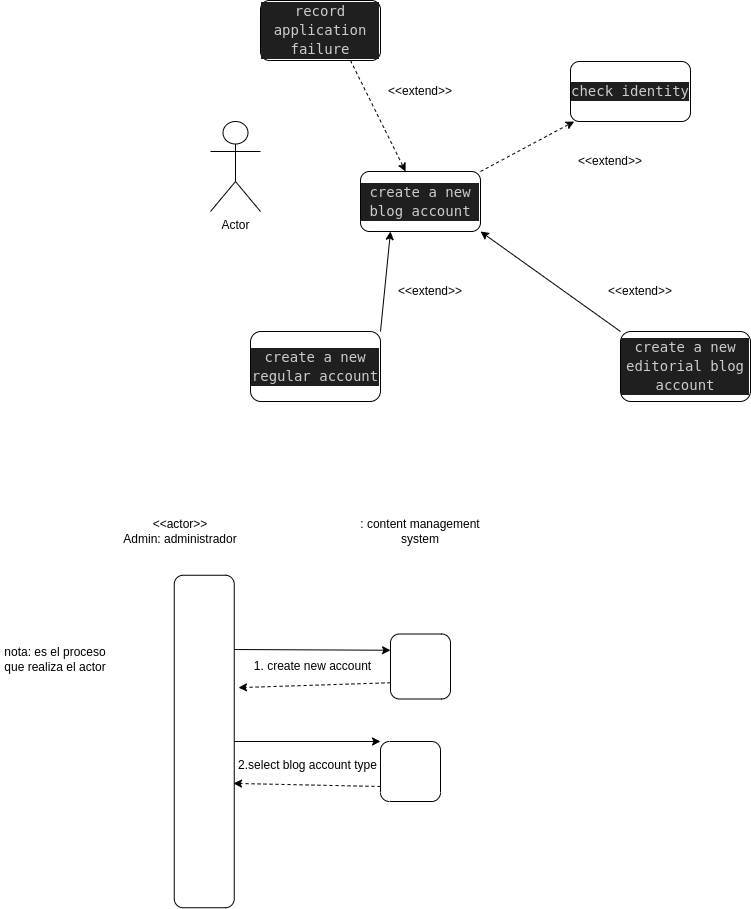
mdiogc/ETS keeps this draw.io diagram as diagrama de secuencia/apuntesDS.drawio.png. Above is the earlier version. Source tidied: cells renumbered, new cells last; positions are measured from the earlier drawing's top-left corner, leaving out a move shared by most shapes. Its diagram source:
```xml
<mxGraphModel>
  <root>
    <mxCell id="0" />
    <mxCell id="1" parent="0" />
    <mxCell id="2" value="Actor" style="shape=umlActor;verticalLabelPosition=bottom;verticalAlign=top;html=1;" parent="1" vertex="1">
      <mxGeometry x="210" y="121" width="50" height="90" as="geometry" />
    </mxCell>
    <mxCell id="3" style="edgeStyle=none;html=1;exitX=1;exitY=0;exitDx=0;exitDy=0;dashed=1;" parent="1" edge="1" source="4" target="8">
      <mxGeometry relative="1" as="geometry" />
    </mxCell>
    <mxCell id="4" value="&lt;div style=&quot;color: rgb(204, 204, 204); background-color: rgb(31, 31, 31); font-family: &amp;quot;Droid Sans Mono&amp;quot;, &amp;quot;monospace&amp;quot;, monospace; font-size: 14px; line-height: 19px;&quot;&gt;&lt;div&gt;create a new blog account&lt;/div&gt;&lt;/div&gt;" style="rounded=1;whiteSpace=wrap;html=1;" parent="1" vertex="1">
      <mxGeometry x="360" y="171" width="120" height="60" as="geometry" />
    </mxCell>
    <mxCell id="5" style="edgeStyle=none;html=1;exitX=0.75;exitY=1;exitDx=0;exitDy=0;dashed=1;" parent="1" edge="1" source="6" target="4">
      <mxGeometry relative="1" as="geometry" />
    </mxCell>
    <mxCell id="6" value="&lt;div style=&quot;color: rgb(204, 204, 204); background-color: rgb(31, 31, 31); font-family: &amp;quot;Droid Sans Mono&amp;quot;, &amp;quot;monospace&amp;quot;, monospace; font-size: 14px; line-height: 19px;&quot;&gt;&lt;div&gt;record application failure&lt;/div&gt;&lt;/div&gt;" style="rounded=1;whiteSpace=wrap;html=1;" parent="1" vertex="1">
      <mxGeometry x="260" width="120" height="60" as="geometry" />
    </mxCell>
    <mxCell id="7" value="&amp;lt;&amp;lt;extend&amp;gt;&amp;gt;" style="text;html=1;strokeColor=none;fillColor=none;align=center;verticalAlign=middle;whiteSpace=wrap;rounded=0;" parent="1" vertex="1">
      <mxGeometry x="370" y="71" width="100" height="40" as="geometry" />
    </mxCell>
    <mxCell id="8" value="&lt;div style=&quot;color: rgb(204, 204, 204); background-color: rgb(31, 31, 31); font-family: &amp;quot;Droid Sans Mono&amp;quot;, &amp;quot;monospace&amp;quot;, monospace; font-size: 14px; line-height: 19px;&quot;&gt;&lt;div&gt;check identity&lt;/div&gt;&lt;/div&gt;" style="rounded=1;whiteSpace=wrap;html=1;" parent="1" vertex="1">
      <mxGeometry x="570" y="61" width="120" height="60" as="geometry" />
    </mxCell>
    <mxCell id="9" value="&amp;lt;&amp;lt;extend&amp;gt;&amp;gt;" style="text;html=1;strokeColor=none;fillColor=none;align=center;verticalAlign=middle;whiteSpace=wrap;rounded=0;" parent="1" vertex="1">
      <mxGeometry x="560" y="141" width="100" height="40" as="geometry" />
    </mxCell>
    <mxCell id="10" style="edgeStyle=none;html=1;exitX=1;exitY=0;exitDx=0;exitDy=0;entryX=0.25;entryY=1;entryDx=0;entryDy=0;" parent="1" edge="1" source="11" target="4">
      <mxGeometry relative="1" as="geometry" />
    </mxCell>
    <mxCell id="11" value="&lt;div style=&quot;color: rgb(204, 204, 204); background-color: rgb(31, 31, 31); font-family: &amp;quot;Droid Sans Mono&amp;quot;, &amp;quot;monospace&amp;quot;, monospace; font-size: 14px; line-height: 19px;&quot;&gt;&lt;div&gt;create a new regular account&lt;/div&gt;&lt;/div&gt;" style="rounded=1;whiteSpace=wrap;html=1;" parent="1" vertex="1">
      <mxGeometry x="250" y="331" width="130" height="70" as="geometry" />
    </mxCell>
    <mxCell id="12" value="&amp;lt;&amp;lt;extend&amp;gt;&amp;gt;" style="text;html=1;strokeColor=none;fillColor=none;align=center;verticalAlign=middle;whiteSpace=wrap;rounded=0;" parent="1" vertex="1">
      <mxGeometry x="380" y="271" width="100" height="40" as="geometry" />
    </mxCell>
    <mxCell id="13" style="edgeStyle=none;html=1;exitX=0;exitY=0;exitDx=0;exitDy=0;entryX=1;entryY=1;entryDx=0;entryDy=0;" parent="1" edge="1" source="14" target="4">
      <mxGeometry relative="1" as="geometry" />
    </mxCell>
    <mxCell id="14" value="&lt;div style=&quot;color: rgb(204, 204, 204); background-color: rgb(31, 31, 31); font-family: &amp;quot;Droid Sans Mono&amp;quot;, &amp;quot;monospace&amp;quot;, monospace; font-size: 14px; line-height: 19px;&quot;&gt;&lt;div&gt;create a new editorial blog account&lt;/div&gt;&lt;/div&gt;" style="rounded=1;whiteSpace=wrap;html=1;" parent="1" vertex="1">
      <mxGeometry x="620" y="331" width="130" height="70" as="geometry" />
    </mxCell>
    <mxCell id="15" value="&amp;lt;&amp;lt;extend&amp;gt;&amp;gt;" style="text;html=1;strokeColor=none;fillColor=none;align=center;verticalAlign=middle;whiteSpace=wrap;rounded=0;" parent="1" vertex="1">
      <mxGeometry x="590" y="271" width="100" height="40" as="geometry" />
    </mxCell>
    <mxCell id="16" value="&amp;lt;&amp;lt;actor&amp;gt;&amp;gt;&lt;br&gt;Admin: administrador" style="text;html=1;strokeColor=none;fillColor=none;align=center;verticalAlign=middle;whiteSpace=wrap;rounded=0;" parent="1" vertex="1">
      <mxGeometry x="110" y="501" width="140" height="60" as="geometry" />
    </mxCell>
    <mxCell id="17" style="edgeStyle=none;html=1;entryX=0.75;entryY=0;entryDx=0;entryDy=0;" parent="1" edge="1" target="23">
      <mxGeometry relative="1" as="geometry">
        <mxPoint x="230" y="649" as="sourcePoint" />
      </mxGeometry>
    </mxCell>
    <mxCell id="18" style="edgeStyle=none;html=1;exitX=0.5;exitY=1;exitDx=0;exitDy=0;entryX=1;entryY=0;entryDx=0;entryDy=0;" parent="1" edge="1" source="19" target="25">
      <mxGeometry relative="1" as="geometry" />
    </mxCell>
    <mxCell id="19" style="rounded=1;whiteSpace=wrap;html=1;rotation=-90;" parent="1" vertex="1">
      <mxGeometry x="37.5" y="711" width="332.5" height="60" as="geometry" />
    </mxCell>
    <mxCell id="20" value="nota: es el proceso que realiza el actor" style="text;html=1;strokeColor=none;fillColor=none;align=center;verticalAlign=middle;whiteSpace=wrap;rounded=0;" parent="1" vertex="1">
      <mxGeometry y="633.5" width="110" height="50" as="geometry" />
    </mxCell>
    <mxCell id="21" value=": content management system" style="text;html=1;strokeColor=none;fillColor=none;align=center;verticalAlign=middle;whiteSpace=wrap;rounded=0;" parent="1" vertex="1">
      <mxGeometry x="350" y="501" width="140" height="60" as="geometry" />
    </mxCell>
    <mxCell id="22" style="edgeStyle=none;html=1;exitX=0.25;exitY=0;exitDx=0;exitDy=0;entryX=0.662;entryY=1.071;entryDx=0;entryDy=0;entryPerimeter=0;dashed=1;" parent="1" edge="1" source="23" target="19">
      <mxGeometry relative="1" as="geometry" />
    </mxCell>
    <mxCell id="23" style="rounded=1;whiteSpace=wrap;html=1;rotation=-90;" parent="1" vertex="1">
      <mxGeometry x="387.5" y="636" width="65" height="60" as="geometry" />
    </mxCell>
    <mxCell id="24" style="edgeStyle=none;html=1;exitX=0.25;exitY=0;exitDx=0;exitDy=0;entryX=0.374;entryY=0.988;entryDx=0;entryDy=0;entryPerimeter=0;dashed=1;" parent="1" edge="1" source="25" target="19">
      <mxGeometry relative="1" as="geometry" />
    </mxCell>
    <mxCell id="25" style="rounded=1;whiteSpace=wrap;html=1;rotation=-90;" parent="1" vertex="1">
      <mxGeometry x="380" y="741" width="60" height="60" as="geometry" />
    </mxCell>
    <mxCell id="26" value="1. create new account" style="text;html=1;strokeColor=none;fillColor=none;align=center;verticalAlign=middle;whiteSpace=wrap;rounded=0;" parent="1" vertex="1">
      <mxGeometry x="245" y="654.8" width="135" height="22.5" as="geometry" />
    </mxCell>
    <mxCell id="27" value="2.select blog account type" style="text;html=1;strokeColor=none;fillColor=none;align=center;verticalAlign=middle;whiteSpace=wrap;rounded=0;" parent="1" vertex="1">
      <mxGeometry x="235" y="748.5" width="145" height="32.5" as="geometry" />
    </mxCell>
  </root>
</mxGraphModel>
```
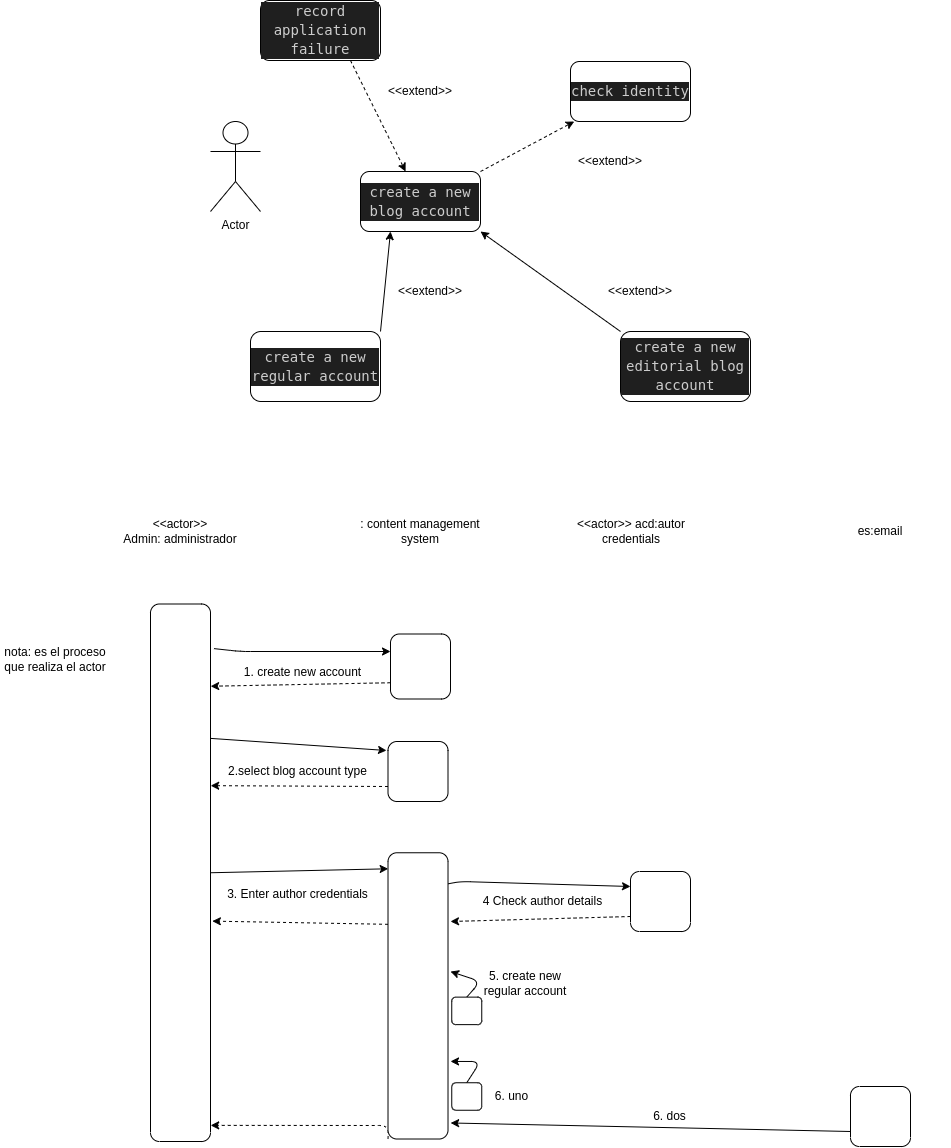
Later version of the same file.

Change to the diagram source:
```diff
@@ -47,40 +47,121 @@
     <mxCell id="16" value="&amp;lt;&amp;lt;actor&amp;gt;&amp;gt;&lt;br&gt;Admin: administrador" style="text;html=1;strokeColor=none;fillColor=none;align=center;verticalAlign=middle;whiteSpace=wrap;rounded=0;" parent="1" vertex="1">
       <mxGeometry x="110" y="501" width="140" height="60" as="geometry" />
     </mxCell>
-    <mxCell id="17" style="edgeStyle=none;html=1;entryX=0.75;entryY=0;entryDx=0;entryDy=0;" parent="1" edge="1" target="23">
-      <mxGeometry relative="1" as="geometry">
-        <mxPoint x="230" y="649" as="sourcePoint" />
-      </mxGeometry>
-    </mxCell>
-    <mxCell id="18" style="edgeStyle=none;html=1;exitX=0.5;exitY=1;exitDx=0;exitDy=0;entryX=1;entryY=0;entryDx=0;entryDy=0;" parent="1" edge="1" source="19" target="25">
-      <mxGeometry relative="1" as="geometry" />
-    </mxCell>
-    <mxCell id="19" style="rounded=1;whiteSpace=wrap;html=1;rotation=-90;" parent="1" vertex="1">
-      <mxGeometry x="37.5" y="711" width="332.5" height="60" as="geometry" />
-    </mxCell>
     <mxCell id="20" value="nota: es el proceso que realiza el actor" style="text;html=1;strokeColor=none;fillColor=none;align=center;verticalAlign=middle;whiteSpace=wrap;rounded=0;" parent="1" vertex="1">
       <mxGeometry y="633.5" width="110" height="50" as="geometry" />
     </mxCell>
     <mxCell id="21" value=": content management system" style="text;html=1;strokeColor=none;fillColor=none;align=center;verticalAlign=middle;whiteSpace=wrap;rounded=0;" parent="1" vertex="1">
       <mxGeometry x="350" y="501" width="140" height="60" as="geometry" />
     </mxCell>
-    <mxCell id="22" style="edgeStyle=none;html=1;exitX=0.25;exitY=0;exitDx=0;exitDy=0;entryX=0.662;entryY=1.071;entryDx=0;entryDy=0;entryPerimeter=0;dashed=1;" parent="1" edge="1" source="23" target="19">
-      <mxGeometry relative="1" as="geometry" />
-    </mxCell>
+    <mxCell id="28" style="edgeStyle=none;html=1;exitX=0.25;exitY=0;exitDx=0;exitDy=0;entryX=0.847;entryY=1.003;entryDx=0;entryDy=0;entryPerimeter=0;dashed=1;" parent="1" edge="1" source="23" target="33">
+      <mxGeometry relative="1" as="geometry" />
+    </mxCell>
     <mxCell id="23" style="rounded=1;whiteSpace=wrap;html=1;rotation=-90;" parent="1" vertex="1">
       <mxGeometry x="387.5" y="636" width="65" height="60" as="geometry" />
     </mxCell>
-    <mxCell id="24" style="edgeStyle=none;html=1;exitX=0.25;exitY=0;exitDx=0;exitDy=0;entryX=0.374;entryY=0.988;entryDx=0;entryDy=0;entryPerimeter=0;dashed=1;" parent="1" edge="1" source="25" target="19">
-      <mxGeometry relative="1" as="geometry" />
-    </mxCell>
+    <mxCell id="29" style="edgeStyle=none;html=1;exitX=0.25;exitY=0;exitDx=0;exitDy=0;entryX=0.662;entryY=1.003;entryDx=0;entryDy=0;entryPerimeter=0;dashed=1;" parent="1" edge="1" source="25" target="33">
+      <mxGeometry relative="1" as="geometry" />
+    </mxCell>
     <mxCell id="25" style="rounded=1;whiteSpace=wrap;html=1;rotation=-90;" parent="1" vertex="1">
-      <mxGeometry x="380" y="741" width="60" height="60" as="geometry" />
+      <mxGeometry x="387.5" y="741" width="60" height="60" as="geometry" />
     </mxCell>
     <mxCell id="26" value="1. create new account" style="text;html=1;strokeColor=none;fillColor=none;align=center;verticalAlign=middle;whiteSpace=wrap;rounded=0;" parent="1" vertex="1">
-      <mxGeometry x="245" y="654.8" width="135" height="22.5" as="geometry" />
+      <mxGeometry x="235" y="661" width="135" height="22.5" as="geometry" />
     </mxCell>
     <mxCell id="27" value="2.select blog account type" style="text;html=1;strokeColor=none;fillColor=none;align=center;verticalAlign=middle;whiteSpace=wrap;rounded=0;" parent="1" vertex="1">
-      <mxGeometry x="235" y="748.5" width="145" height="32.5" as="geometry" />
+      <mxGeometry x="225" y="754.8" width="145" height="32.5" as="geometry" />
     </mxCell>
+    <mxCell id="30" style="edgeStyle=none;html=1;exitX=0.917;exitY=1.058;exitDx=0;exitDy=0;exitPerimeter=0;" parent="1" edge="1" source="33">
+      <mxGeometry relative="1" as="geometry">
+        <mxPoint x="390" y="651" as="targetPoint" />
+        <Array as="points">
+          <mxPoint x="240" y="651" />
+        </Array>
+      </mxGeometry>
+    </mxCell>
+    <mxCell id="31" style="edgeStyle=none;html=1;exitX=0.75;exitY=1;exitDx=0;exitDy=0;entryX=0.85;entryY=-0.025;entryDx=0;entryDy=0;entryPerimeter=0;endArrow=classic;endFill=1;" parent="1" edge="1" source="33" target="25">
+      <mxGeometry relative="1" as="geometry" />
+    </mxCell>
+    <mxCell id="32" style="edgeStyle=none;html=1;exitX=0.5;exitY=1;exitDx=0;exitDy=0;entryX=0.944;entryY=0.003;entryDx=0;entryDy=0;entryPerimeter=0;endArrow=classic;endFill=1;" parent="1" edge="1" source="33" target="38">
+      <mxGeometry relative="1" as="geometry" />
+    </mxCell>
+    <mxCell id="33" style="rounded=1;whiteSpace=wrap;html=1;rotation=-90;" parent="1" vertex="1">
+      <mxGeometry x="-88.8" y="842.2" width="537.5" height="60" as="geometry" />
+    </mxCell>
+    <mxCell id="34" value="&amp;lt;&amp;lt;actor&amp;gt;&amp;gt; acd:autor credentials" style="text;html=1;strokeColor=none;fillColor=none;align=center;verticalAlign=middle;whiteSpace=wrap;rounded=0;" parent="1" vertex="1">
+      <mxGeometry x="560.6" y="501" width="140" height="60" as="geometry" />
+    </mxCell>
+    <mxCell id="35" style="edgeStyle=none;html=1;exitX=0.75;exitY=0;exitDx=0;exitDy=0;entryX=0.41;entryY=1.031;entryDx=0;entryDy=0;entryPerimeter=0;dashed=1;" parent="1" edge="1" source="38" target="33">
+      <mxGeometry relative="1" as="geometry" />
+    </mxCell>
+    <mxCell id="36" style="edgeStyle=none;html=1;exitX=0.891;exitY=0.989;exitDx=0;exitDy=0;entryX=0.75;entryY=0;entryDx=0;entryDy=0;endArrow=classic;endFill=1;exitPerimeter=0;" parent="1" edge="1" source="38" target="41">
+      <mxGeometry relative="1" as="geometry">
+        <Array as="points">
+          <mxPoint x="460" y="881" />
+        </Array>
+      </mxGeometry>
+    </mxCell>
+    <mxCell id="37" style="edgeStyle=none;html=1;exitX=0;exitY=0;exitDx=0;exitDy=0;entryX=0.03;entryY=1.003;entryDx=0;entryDy=0;entryPerimeter=0;endArrow=classic;endFill=1;dashed=1;" parent="1" edge="1" source="38" target="33">
+      <mxGeometry relative="1" as="geometry">
+        <Array as="points">
+          <mxPoint x="388" y="1125" />
+        </Array>
+      </mxGeometry>
+    </mxCell>
+    <mxCell id="38" style="rounded=1;whiteSpace=wrap;html=1;rotation=-90;" parent="1" vertex="1">
+      <mxGeometry x="274.4" y="965.4" width="286.2" height="60" as="geometry" />
+    </mxCell>
+    <mxCell id="39" value="3. Enter author credentials" style="text;html=1;strokeColor=none;fillColor=none;align=center;verticalAlign=middle;whiteSpace=wrap;rounded=0;" parent="1" vertex="1">
+      <mxGeometry x="225" y="877.2" width="145" height="32.5" as="geometry" />
+    </mxCell>
+    <mxCell id="40" style="edgeStyle=none;html=1;exitX=0.25;exitY=0;exitDx=0;exitDy=0;endArrow=classic;endFill=1;dashed=1;" parent="1" edge="1" source="41">
+      <mxGeometry relative="1" as="geometry">
+        <mxPoint x="450" y="921" as="targetPoint" />
+      </mxGeometry>
+    </mxCell>
+    <mxCell id="41" style="rounded=1;whiteSpace=wrap;html=1;rotation=-90;" parent="1" vertex="1">
+      <mxGeometry x="630" y="871" width="60" height="60" as="geometry" />
+    </mxCell>
+    <mxCell id="42" value="4 Check author details" style="text;html=1;strokeColor=none;fillColor=none;align=center;verticalAlign=middle;whiteSpace=wrap;rounded=0;" parent="1" vertex="1">
+      <mxGeometry x="470" y="884.8" width="145" height="32.5" as="geometry" />
+    </mxCell>
+    <mxCell id="43" style="edgeStyle=none;html=1;exitX=1;exitY=0.5;exitDx=0;exitDy=0;entryX=0.585;entryY=1.042;entryDx=0;entryDy=0;entryPerimeter=0;" parent="1" edge="1" source="44" target="38">
+      <mxGeometry relative="1" as="geometry">
+        <Array as="points">
+          <mxPoint x="480" y="981" />
+        </Array>
+      </mxGeometry>
+    </mxCell>
+    <mxCell id="44" style="rounded=1;whiteSpace=wrap;html=1;rotation=-90;" parent="1" vertex="1">
+      <mxGeometry x="452.5" y="995.4" width="27.5" height="30" as="geometry" />
+    </mxCell>
+    <mxCell id="45" value="5. create new regular account" style="text;html=1;strokeColor=none;fillColor=none;align=center;verticalAlign=middle;whiteSpace=wrap;rounded=0;" parent="1" vertex="1">
+      <mxGeometry x="480" y="965.4" width="90" height="35.6" as="geometry" />
+    </mxCell>
+    <mxCell id="46" style="edgeStyle=none;html=1;exitX=1;exitY=0.5;exitDx=0;exitDy=0;entryX=0.271;entryY=1.042;entryDx=0;entryDy=0;entryPerimeter=0;" parent="1" edge="1" source="47" target="38">
+      <mxGeometry relative="1" as="geometry">
+        <Array as="points">
+          <mxPoint x="480" y="1061" />
+        </Array>
+      </mxGeometry>
+    </mxCell>
+    <mxCell id="47" style="rounded=1;whiteSpace=wrap;html=1;rotation=-90;" parent="1" vertex="1">
+      <mxGeometry x="452.5" y="1081" width="27.5" height="30" as="geometry" />
+    </mxCell>
+    <mxCell id="48" value="6. uno" style="text;html=1;strokeColor=none;fillColor=none;align=center;verticalAlign=middle;whiteSpace=wrap;rounded=0;" parent="1" vertex="1">
+      <mxGeometry x="490" y="1086" width="42.5" height="20" as="geometry" />
+    </mxCell>
+    <mxCell id="49" value="es:email" style="text;html=1;strokeColor=none;fillColor=none;align=center;verticalAlign=middle;whiteSpace=wrap;rounded=0;" parent="1" vertex="1">
+      <mxGeometry x="810" y="501" width="140" height="60" as="geometry" />
+    </mxCell>
+    <mxCell id="50" style="edgeStyle=none;html=1;exitX=0.25;exitY=0;exitDx=0;exitDy=0;entryX=0.056;entryY=1.044;entryDx=0;entryDy=0;entryPerimeter=0;endArrow=classic;endFill=1;" parent="1" edge="1" source="51" target="38">
+      <mxGeometry relative="1" as="geometry" />
+    </mxCell>
+    <mxCell id="51" style="rounded=1;whiteSpace=wrap;html=1;rotation=-90;" parent="1" vertex="1">
+      <mxGeometry x="850" y="1086" width="60" height="60" as="geometry" />
+    </mxCell>
+    <mxCell id="52" value="6. dos" style="text;html=1;strokeColor=none;fillColor=none;align=center;verticalAlign=middle;whiteSpace=wrap;rounded=0;" parent="1" vertex="1">
+      <mxGeometry x="647.5" y="1106" width="42.5" height="20" as="geometry" />
+    </mxCell>
   </root>
 </mxGraphModel>
```
